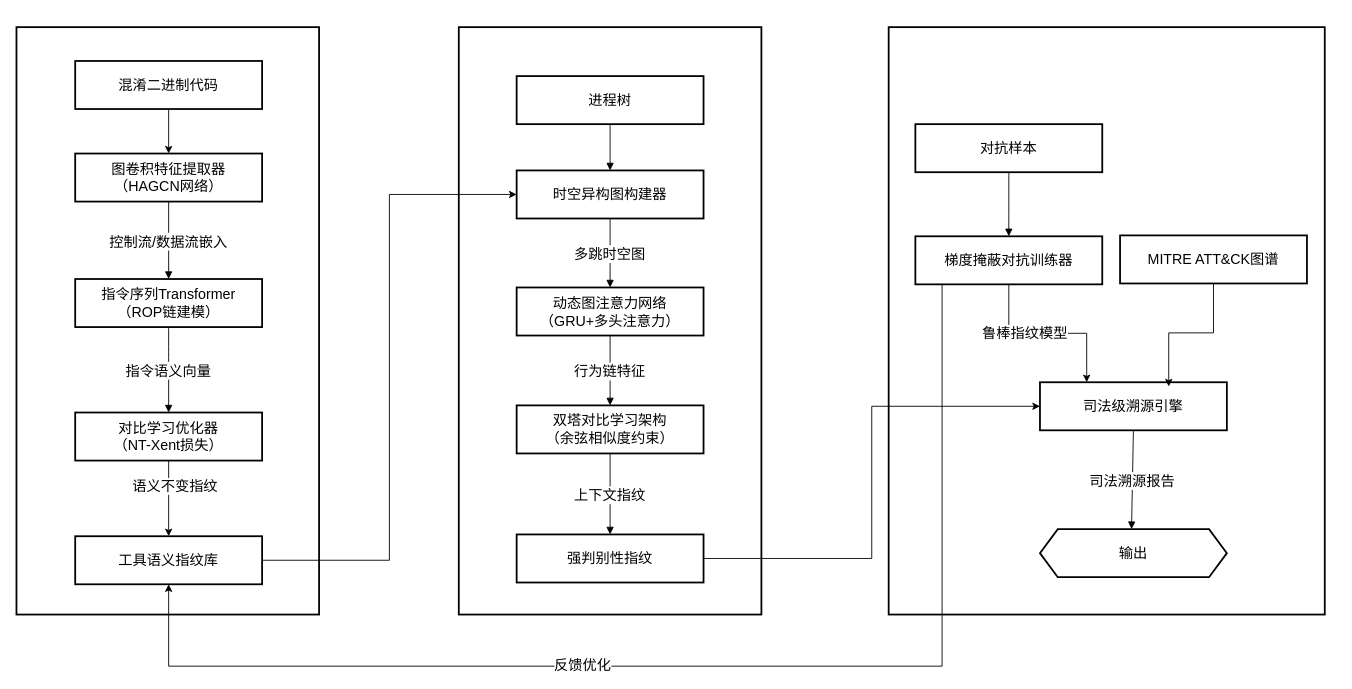
Above: 高置信度指纹溯源体系.drawio in shanhuaV/shanhuaV.github.io (draw.io), before the change. Source tidied: cells renumbered, new cells numbered last; positions are measured from the earlier drawing's top-left corner, leaving out a move shared by most shapes. Both pictures are drawn from the tidied source at 89%, with x=0, y=0 at pixel (16, 16).
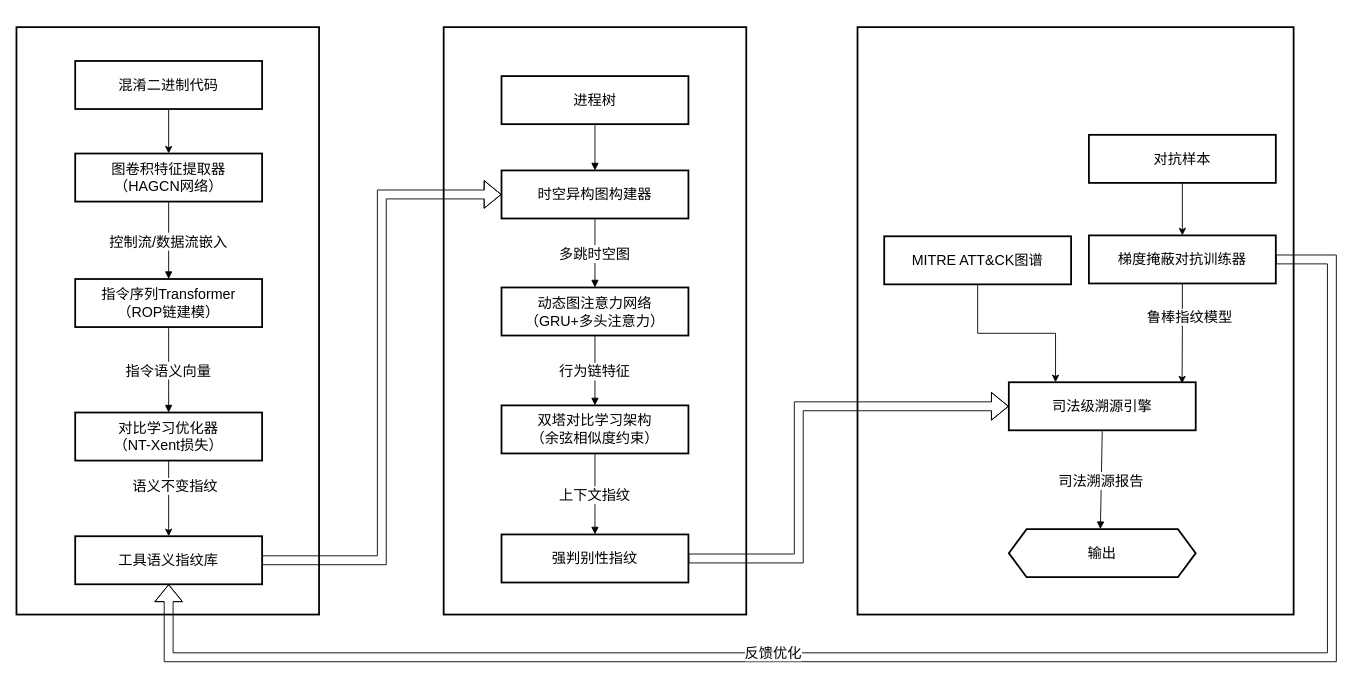
Above is the later version.

Commit message:
更新高置信度指纹溯源体系.drawio

The change refers to these unchanged cells:
```xml
<mxCell id="13" value="工具语义指纹库" style="whiteSpace=wrap;strokeWidth=2;fontSize=16;" parent="1" vertex="1">
  <mxGeometry x="66" y="584" width="210" height="54" as="geometry" />
</mxCell>
<mxCell id="21" style="edgeStyle=orthogonalEdgeStyle;rounded=0;jettySize=auto;html=1;exitX=0.5;exitY=1;exitDx=0;exitDy=0;fontSize=16;entryX=0.25;entryY=0;entryDx=0;entryDy=0;" parent="1" edge="1" source="25" target="26">
  <mxGeometry relative="1" as="geometry" />
</mxCell>
```

Diff of the diagram source:
```diff
@@
     <mxCell id="2" style="whiteSpace=wrap;strokeWidth=2;fontSize=16;" parent="1" vertex="1">
-      <mxGeometry x="980" y="12" width="490" height="660" as="geometry" />
+      <mxGeometry x="945" y="12" width="490" height="660" as="geometry" />
     </mxCell>
     <mxCell id="3" style="whiteSpace=wrap;strokeWidth=2;fontSize=16;" parent="1" vertex="1">
-      <mxGeometry x="497" y="12" width="340" height="660" as="geometry" />
+      <mxGeometry x="480" y="12" width="340" height="660" as="geometry" />
     </mxCell>
@@
-    <mxCell id="12" style="edgeStyle=orthogonalEdgeStyle;rounded=0;jettySize=auto;html=1;entryX=0;entryY=0.5;entryDx=0;entryDy=0;fontSize=16;" parent="1" edge="1" source="13" target="15">
+    <mxCell id="12" style="edgeStyle=orthogonalEdgeStyle;rounded=0;jettySize=auto;html=1;entryX=0;entryY=0.5;entryDx=0;entryDy=0;fontSize=16;shape=flexArrow;" parent="1" edge="1" source="13" target="15">
       <mxGeometry relative="1" as="geometry" />
     </mxCell>
@@
     <mxCell id="14" value="进程树" style="whiteSpace=wrap;strokeWidth=2;fontSize=16;" parent="1" vertex="1">
-      <mxGeometry x="562" y="67" width="210" height="54" as="geometry" />
+      <mxGeometry x="545" y="67" width="210" height="54" as="geometry" />
     </mxCell>
     <mxCell id="15" value="时空异构图构建器" style="whiteSpace=wrap;strokeWidth=2;fontSize=16;" parent="1" vertex="1">
-      <mxGeometry x="562" y="173" width="210" height="54" as="geometry" />
+      <mxGeometry x="545" y="173" width="210" height="54" as="geometry" />
     </mxCell>
     <mxCell id="16" value="动态图注意力网络&#10;（GRU+多头注意力）" style="whiteSpace=wrap;strokeWidth=2;fontSize=16;" parent="1" vertex="1">
-      <mxGeometry x="562" y="304.5" width="210" height="54" as="geometry" />
+      <mxGeometry x="545" y="304.5" width="210" height="54" as="geometry" />
     </mxCell>
     <mxCell id="17" value="双塔对比学习架构&#10;（余弦相似度约束）" style="whiteSpace=wrap;strokeWidth=2;fontSize=16;" parent="1" vertex="1">
-      <mxGeometry x="562" y="437" width="210" height="54" as="geometry" />
+      <mxGeometry x="545" y="437" width="210" height="54" as="geometry" />
     </mxCell>
-    <mxCell id="18" style="edgeStyle=orthogonalEdgeStyle;rounded=0;jettySize=auto;html=1;entryX=0;entryY=0.5;entryDx=0;entryDy=0;fontSize=16;" parent="1" edge="1" source="19" target="26">
-      <mxGeometry relative="1" as="geometry" />
+    <mxCell id="18" style="edgeStyle=orthogonalEdgeStyle;rounded=0;jettySize=auto;html=1;entryX=0;entryY=0.5;entryDx=0;entryDy=0;fontSize=16;shape=flexArrow;" parent="1" edge="1" source="19" target="26">
+      <mxGeometry relative="1" as="geometry">
+        <Array as="points">
+          <mxPoint x="879" y="609" />
+          <mxPoint x="879" y="438" />
+        </Array>
+      </mxGeometry>
     </mxCell>
     <mxCell id="19" value="强判别性指纹" style="whiteSpace=wrap;strokeWidth=2;fontSize=16;" parent="1" vertex="1">
-      <mxGeometry x="562" y="582" width="210" height="54" as="geometry" />
+      <mxGeometry x="545" y="582" width="210" height="54" as="geometry" />
     </mxCell>
+    <mxCell id="48" style="edgeStyle=orthogonalEdgeStyle;rounded=0;jettySize=auto;html=1;" parent="1" edge="1" source="20" target="28">
+      <mxGeometry relative="1" as="geometry" />
+    </mxCell>
     <mxCell id="20" value="对抗样本" style="whiteSpace=wrap;strokeWidth=2;fontSize=16;" parent="1" vertex="1">
-      <mxGeometry x="1010" y="121" width="210" height="54" as="geometry" />
+      <mxGeometry x="1205" y="133" width="210" height="54" as="geometry" />
     </mxCell>
@@
-    <mxCell id="22" value="鲁棒指纹模型" style="edgeLabel;html=1;align=center;verticalAlign=middle;fontSize=16;" parent="21" vertex="1">
-      <mxGeometry x="-0.27" y="1" relative="1" as="geometry" />
-    </mxCell>
-    <mxCell id="23" style="edgeStyle=orthogonalEdgeStyle;rounded=0;jettySize=auto;html=1;entryX=0.5;entryY=1;entryDx=0;entryDy=0;fontSize=16;" parent="1" edge="1" source="25" target="13">
-      <mxGeometry relative="1" as="geometry">
-        <Array as="points">
-          <mxPoint x="1040" y="730" />
-          <mxPoint x="171" y="730" />
-        </Array>
-      </mxGeometry>
-    </mxCell>
-    <mxCell id="24" value="反馈优化" style="edgeLabel;html=1;align=center;verticalAlign=middle;fontSize=16;" parent="23" vertex="1">
-      <mxGeometry x="0.2" y="-2" relative="1" as="geometry" />
-    </mxCell>
-    <mxCell id="25" value="梯度掩蔽对抗训练器" style="whiteSpace=wrap;strokeWidth=2;fontSize=16;" parent="1" vertex="1">
-      <mxGeometry x="1010" y="247" width="210" height="54" as="geometry" />
+    <mxCell id="25" value="MITRE ATT&amp;CK图谱" style="whiteSpace=wrap;strokeWidth=2;fontSize=16;" parent="1" vertex="1">
+      <mxGeometry x="975" y="247" width="210" height="54" as="geometry" />
     </mxCell>
     <mxCell id="26" value="司法级溯源引擎" style="whiteSpace=wrap;strokeWidth=2;fontSize=16;" parent="1" vertex="1">
-      <mxGeometry x="1150" y="411" width="210" height="54" as="geometry" />
+      <mxGeometry x="1115" y="411" width="210" height="54" as="geometry" />
     </mxCell>
     <mxCell id="27" value="输出" style="shape=hexagon;perimeter=hexagonPerimeter2;fixedSize=1;strokeWidth=2;whiteSpace=wrap;fontSize=16;" parent="1" vertex="1">
-      <mxGeometry x="1150" y="576" width="210" height="54" as="geometry" />
+      <mxGeometry x="1115" y="576" width="210" height="54" as="geometry" />
     </mxCell>
+    <mxCell id="49" style="edgeStyle=orthogonalEdgeStyle;rounded=0;jettySize=auto;html=1;entryX=0.5;entryY=1;entryDx=0;entryDy=0;shape=flexArrow;" parent="1" edge="1" source="28" target="13">
+      <mxGeometry relative="1" as="geometry">
+        <Array as="points">
+          <mxPoint x="1478" y="273" />
+          <mxPoint x="1478" y="720" />
+          <mxPoint x="171" y="720" />
+        </Array>
+      </mxGeometry>
+    </mxCell>
+    <mxCell id="24" value="&lt;span&gt;反馈优化&lt;/span&gt;" style="edgeLabel;html=1;align=center;verticalAlign=middle;fontSize=16;" parent="49" vertex="1">
+      <mxGeometry x="0.2" y="-6" relative="1" as="geometry" />
+    </mxCell>
-    <mxCell id="28" value="MITRE ATT&amp;CK图谱" style="whiteSpace=wrap;strokeWidth=2;fontSize=16;" parent="1" vertex="1">
-      <mxGeometry x="1240" y="246" width="210" height="54" as="geometry" />
+    <mxCell id="28" value="梯度掩蔽对抗训练器" style="whiteSpace=wrap;strokeWidth=2;fontSize=16;" parent="1" vertex="1">
+      <mxGeometry x="1205" y="246" width="210" height="54" as="geometry" />
     </mxCell>
@@
     <mxCell id="30" style="whiteSpace=wrap;strokeWidth=2;fontSize=16;" parent="1" vertex="1">
-      <mxGeometry x="422" y="554" as="geometry" />
+      <mxGeometry x="405" y="554" as="geometry" />
     </mxCell>
@@
     <mxCell id="34" style="whiteSpace=wrap;strokeWidth=2;fontSize=16;" parent="1" vertex="1">
-      <mxGeometry x="679" as="geometry" />
+      <mxGeometry x="662" as="geometry" />
     </mxCell>
     <mxCell id="35" style="whiteSpace=wrap;strokeWidth=2;fontSize=16;" parent="1" vertex="1">
-      <mxGeometry x="790" y="478" as="geometry" />
+      <mxGeometry x="773" y="478" as="geometry" />
     </mxCell>
     <mxCell id="36" style="whiteSpace=wrap;strokeWidth=2;fontSize=16;" parent="1" vertex="1">
-      <mxGeometry x="831" y="605" as="geometry" />
+      <mxGeometry x="814" y="605" as="geometry" />
     </mxCell>
     <mxCell id="37" style="whiteSpace=wrap;strokeWidth=2;fontSize=16;" parent="1" vertex="1">
-      <mxGeometry x="631" y="605" as="geometry" />
+      <mxGeometry x="614" y="605" as="geometry" />
     </mxCell>
@@
-    <mxCell id="45" style="curved=1;startArrow=none;endArrow=block;exitX=0.5;exitY=0.99;entryX=0.5;entryY=0.01;rounded=0;fontSize=16;" parent="1" edge="1" source="20" target="25">
-      <mxGeometry relative="1" as="geometry" />
-    </mxCell>
@@
-    <mxCell id="47" style="edgeStyle=orthogonalEdgeStyle;rounded=0;jettySize=auto;html=1;entryX=0.689;entryY=0.088;entryDx=0;entryDy=0;entryPerimeter=0;fontSize=16;" parent="1" edge="1" source="28" target="26">
+    <mxCell id="47" style="edgeStyle=orthogonalEdgeStyle;rounded=0;jettySize=auto;html=1;entryX=0.927;entryY=0.026;entryDx=0;entryDy=0;entryPerimeter=0;fontSize=16;" parent="1" edge="1" source="28" target="26">
       <mxGeometry relative="1" as="geometry" />
     </mxCell>
+    <mxCell id="22" value="&lt;span style=&quot;font-size: 16px;&quot;&gt;鲁棒指纹模型&lt;/span&gt;" style="edgeLabel;html=1;align=center;verticalAlign=middle;" parent="47" vertex="1">
+      <mxGeometry x="-0.35" y="7" relative="1" as="geometry" />
+    </mxCell>
```
